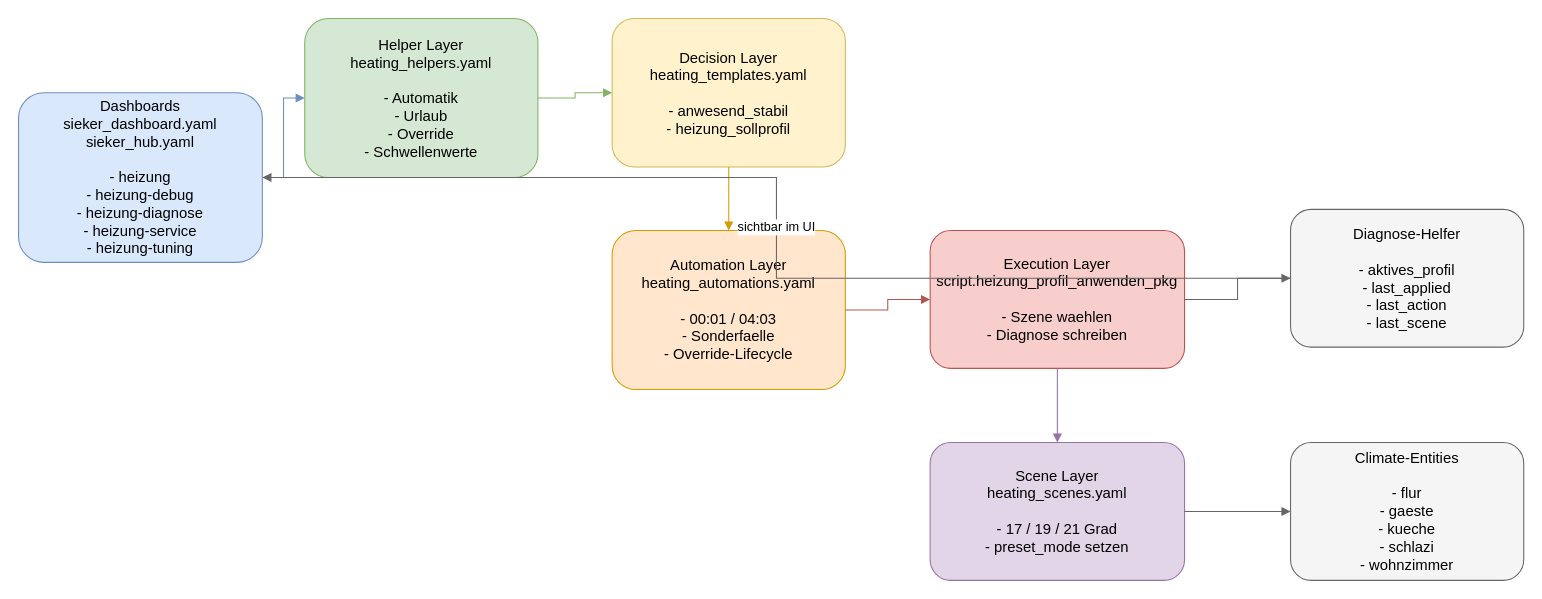
This is page "Gesamtuebersicht" (1 of 3) of _ha_dokumentation/heating/heating_app_flows.drawio from treviris53/Codex, a draw.io file, before an edit. Source tidied: cells renumbered, new cells numbered last; positions are measured from the earlier drawing's top-left corner, leaving out a move shared by most shapes. Both pictures are drawn from the tidied source at 106%, with x=0, y=0 at pixel (18, 18).
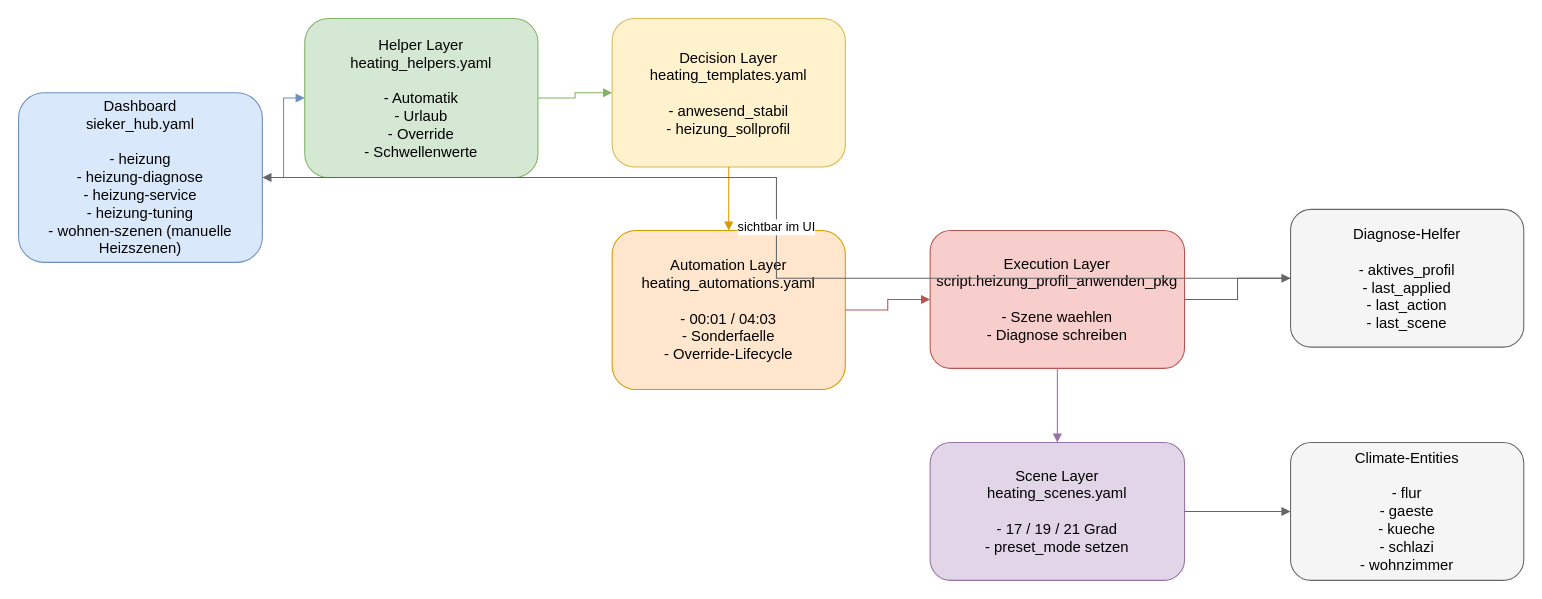
Above is the later version.

Commit message (it also covers changes not shown here):
Update sieker_hub: add wohnen module

Change to the diagram source:
```diff
@@
 <mxGraphModel>
   <root>
     <mxCell id="0" />
     <mxCell id="1" parent="0" />
-    <mxCell id="2" value="Dashboards&#10;sieker_dashboard.yaml&#10;sieker_hub.yaml&#10;&#10;- heizung&#10;- heizung-debug&#10;- heizung-diagnose&#10;- heizung-service&#10;- heizung-tuning" style="rounded=1;whiteSpace=wrap;html=1;fillColor=#dae8fc;strokeColor=#6c8ebf;fontSize=14;" parent="1" vertex="1">
+    <mxCell id="2" value="Dashboard&#10;sieker_hub.yaml&#10;&#10;- heizung&#10;- heizung-diagnose&#10;- heizung-service&#10;- heizung-tuning&#10;- wohnen-szenen (manuelle Heizszenen)" style="rounded=1;whiteSpace=wrap;html=1;fillColor=#dae8fc;strokeColor=#6c8ebf;fontSize=14;" parent="1" vertex="1">
       <mxGeometry y="70" width="230" height="160" as="geometry" />
     </mxCell>
     <mxCell id="3" value="Helper Layer&#10;heating_helpers.yaml&#10;&#10;- Automatik&#10;- Urlaub&#10;- Override&#10;- Schwellenwerte" style="rounded=1;whiteSpace=wrap;html=1;fillColor=#d5e8d4;strokeColor=#82b366;fontSize=14;" parent="1" vertex="1">
       <mxGeometry x="270" width="220" height="150" as="geometry" />
     </mxCell>
     <mxCell id="4" value="Decision Layer&#10;heating_templates.yaml&#10;&#10;- anwesend_stabil&#10;- heizung_sollprofil" style="rounded=1;whiteSpace=wrap;html=1;fillColor=#fff2cc;strokeColor=#d6b656;fontSize=14;" parent="1" vertex="1">
       <mxGeometry x="560" width="220" height="140" as="geometry" />
     </mxCell>
     <mxCell id="5" value="Automation Layer&#10;heating_automations.yaml&#10;&#10;- 00:01 / 04:03&#10;- Sonderfaelle&#10;- Override-Lifecycle" style="rounded=1;whiteSpace=wrap;html=1;fillColor=#ffe6cc;strokeColor=#d79b00;fontSize=14;" parent="1" vertex="1">
       <mxGeometry x="560" y="200" width="220" height="150" as="geometry" />
     </mxCell>
     <mxCell id="6" value="Execution Layer&#10;script.heizung_profil_anwenden_pkg&#10;&#10;- Szene waehlen&#10;- Diagnose schreiben" style="rounded=1;whiteSpace=wrap;html=1;fillColor=#f8cecc;strokeColor=#b85450;fontSize=14;" parent="1" vertex="1">
       <mxGeometry x="860" y="200" width="240" height="130" as="geometry" />
     </mxCell>
     <mxCell id="7" value="Scene Layer&#10;heating_scenes.yaml&#10;&#10;- 17 / 19 / 21 Grad&#10;- preset_mode setzen" style="rounded=1;whiteSpace=wrap;html=1;fillColor=#e1d5e7;strokeColor=#9673a6;fontSize=14;" parent="1" vertex="1">
       <mxGeometry x="860" y="400" width="240" height="130" as="geometry" />
     </mxCell>
     <mxCell id="8" value="Climate-Entities&#10;&#10;- flur&#10;- gaeste&#10;- kueche&#10;- schlazi&#10;- wohnzimmer" style="rounded=1;whiteSpace=wrap;html=1;fillColor=#f5f5f5;strokeColor=#666666;fontSize=14;" parent="1" vertex="1">
       <mxGeometry x="1200" y="400" width="220" height="130" as="geometry" />
     </mxCell>
     <mxCell id="9" value="Diagnose-Helfer&#10;&#10;- aktives_profil&#10;- last_applied&#10;- last_action&#10;- last_scene" style="rounded=1;whiteSpace=wrap;html=1;fillColor=#f5f5f5;strokeColor=#666666;fontSize=14;" parent="1" vertex="1">
       <mxGeometry x="1200" y="180" width="220" height="130" as="geometry" />
     </mxCell>
     <mxCell id="10" style="edgeStyle=orthogonalEdgeStyle;rounded=0;html=1;endArrow=block;strokeColor=#6c8ebf;" parent="1" edge="1" source="2" target="3">
       <mxGeometry relative="1" as="geometry" />
     </mxCell>
     <mxCell id="11" style="edgeStyle=orthogonalEdgeStyle;rounded=0;html=1;endArrow=block;strokeColor=#82b366;" parent="1" edge="1" source="3" target="4">
       <mxGeometry relative="1" as="geometry" />
     </mxCell>
     <mxCell id="12" style="edgeStyle=orthogonalEdgeStyle;rounded=0;html=1;endArrow=block;strokeColor=#d79b00;" parent="1" edge="1" source="4" target="5">
       <mxGeometry relative="1" as="geometry" />
     </mxCell>
     <mxCell id="13" style="edgeStyle=orthogonalEdgeStyle;rounded=0;html=1;endArrow=block;strokeColor=#b85450;" parent="1" edge="1" source="5" target="6">
       <mxGeometry relative="1" as="geometry" />
     </mxCell>
     <mxCell id="14" style="edgeStyle=orthogonalEdgeStyle;rounded=0;html=1;endArrow=block;strokeColor=#9673a6;" parent="1" edge="1" source="6" target="7">
       <mxGeometry relative="1" as="geometry" />
     </mxCell>
     <mxCell id="15" style="edgeStyle=orthogonalEdgeStyle;rounded=0;html=1;endArrow=block;strokeColor=#666666;" parent="1" edge="1" source="7" target="8">
       <mxGeometry relative="1" as="geometry" />
     </mxCell>
     <mxCell id="16" style="edgeStyle=orthogonalEdgeStyle;rounded=0;html=1;endArrow=block;strokeColor=#666666;" parent="1" edge="1" source="6" target="9">
       <mxGeometry relative="1" as="geometry" />
     </mxCell>
     <mxCell id="17" value="sichtbar im UI" style="edgeStyle=orthogonalEdgeStyle;rounded=0;html=1;endArrow=block;strokeColor=#666666;fontSize=12;" parent="1" edge="1" source="9" target="2">
       <mxGeometry relative="1" as="geometry" />
     </mxCell>
   </root>
 </mxGraphModel>
```
